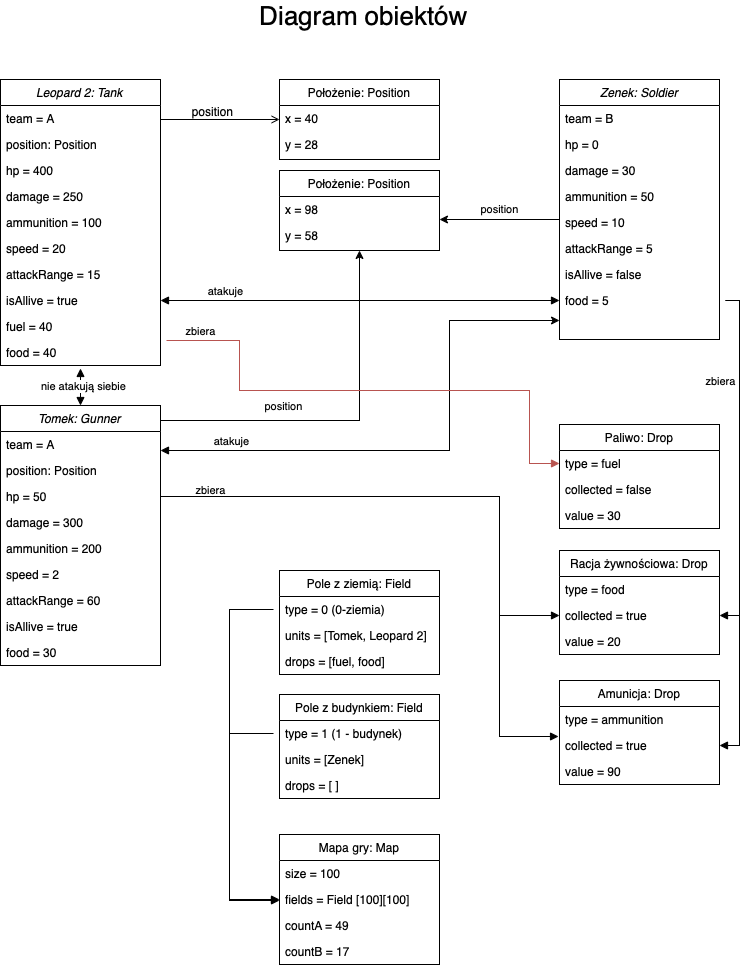
Above: object_diagram.png in Jacek-Bogdanski/inferno_project (draw.io), before the change. Source tidied: cells renumbered, new cells last; positions are measured from the earlier drawing's top-left corner, leaving out a move shared by most shapes.
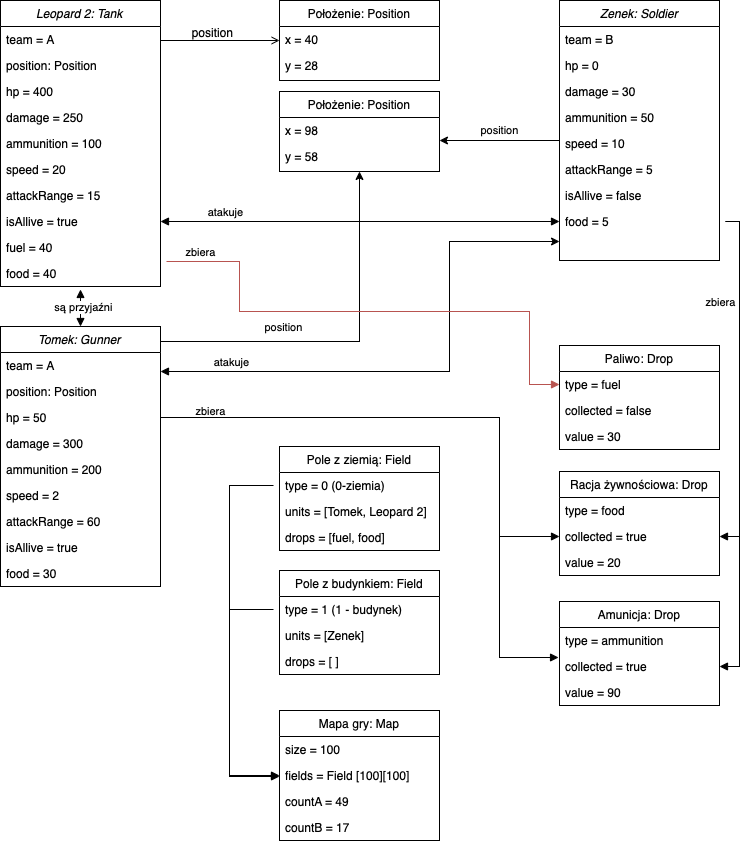
Later version of the same file.

Change to the diagram source:
```diff
@@ -114,7 +114,7 @@
     <mxCell id="33" style="edgeStyle=orthogonalEdgeStyle;rounded=0;jettySize=auto;html=1;exitX=0.5;exitY=0;exitDx=0;exitDy=0;entryX=0.5;entryY=1.115;entryDx=0;entryDy=0;entryPerimeter=0;startArrow=block;startFill=1;endArrow=block;endFill=1;sourcePerimeterSpacing=6;targetPerimeterSpacing=6;" parent="1" edge="1" source="35" target="12">
       <mxGeometry relative="1" as="geometry" />
     </mxCell>
-    <mxCell id="34" value="nie atakują siebie" style="edgeLabel;html=1;align=center;verticalAlign=middle;" parent="33" vertex="1">
+    <mxCell id="34" value="są przyjaźni" style="edgeLabel;html=1;align=center;verticalAlign=middle;" parent="33" vertex="1">
       <mxGeometry x="0.08" y="-2" relative="1" as="geometry" />
     </mxCell>
     <mxCell id="35" value="Tomek: Gunner" style="swimlane;fontStyle=2;align=center;verticalAlign=top;horizontal=1;startSize=26;rounded=0;shadow=0;strokeWidth=1;" parent="1" vertex="1">
@@ -184,7 +184,7 @@
       <mxGeometry y="78" width="160" height="26" as="geometry" />
     </mxCell>
     <mxCell id="57" value="Pole z ziemią: Field" style="swimlane;fontStyle=0;align=center;verticalAlign=top;horizontal=1;startSize=26;rounded=0;shadow=0;strokeWidth=1;" parent="1" vertex="1">
-      <mxGeometry x="279" y="566" width="160" height="104" as="geometry" />
+      <mxGeometry x="279" y="521" width="160" height="104" as="geometry" />
     </mxCell>
     <mxCell id="58" value="type = 0 (0-ziemia)" style="text;align=left;verticalAlign=top;spacingLeft=4;spacingRight=4;overflow=hidden;points=[[0,0.5],[1,0.5]];portConstraint=eastwest;" parent="57" vertex="1">
       <mxGeometry y="26" width="160" height="26" as="geometry" />
@@ -196,7 +196,7 @@
       <mxGeometry y="78" width="160" height="26" as="geometry" />
     </mxCell>
     <mxCell id="61" value="Pole z budynkiem: Field" style="swimlane;fontStyle=0;align=center;verticalAlign=top;horizontal=1;startSize=26;rounded=0;shadow=0;strokeWidth=1;" parent="1" vertex="1">
-      <mxGeometry x="279" y="690" width="160" height="104" as="geometry" />
+      <mxGeometry x="279" y="645" width="160" height="104" as="geometry" />
     </mxCell>
     <mxCell id="62" value="type = 1 (1 - budynek)" style="text;align=left;verticalAlign=top;spacingLeft=4;spacingRight=4;overflow=hidden;points=[[0,0.5],[1,0.5]];portConstraint=eastwest;" parent="61" vertex="1">
       <mxGeometry y="26" width="160" height="26" as="geometry" />
@@ -207,11 +207,8 @@
     <mxCell id="64" value="drops = [ ]" style="text;align=left;verticalAlign=top;spacingLeft=4;spacingRight=4;overflow=hidden;rounded=0;shadow=0;html=0;" parent="61" vertex="1">
       <mxGeometry y="78" width="160" height="26" as="geometry" />
     </mxCell>
-    <mxCell id="65" value="&lt;font style=&quot;font-size: 26px;&quot;&gt;Diagram obiektów&lt;/font&gt;" style="text;html=1;align=center;verticalAlign=middle;strokeColor=none;fillColor=none;" parent="1" vertex="1">
-      <mxGeometry x="254" width="218" height="23" as="geometry" />
-    </mxCell>
     <mxCell id="66" value="Mapa gry: Map" style="swimlane;fontStyle=0;align=center;verticalAlign=top;horizontal=1;startSize=26;rounded=0;shadow=0;strokeWidth=1;" parent="1" vertex="1">
-      <mxGeometry x="279" y="830" width="160" height="130" as="geometry" />
+      <mxGeometry x="279" y="785" width="160" height="130" as="geometry" />
     </mxCell>
     <mxCell id="67" value="size = 100" style="text;align=left;verticalAlign=top;spacingLeft=4;spacingRight=4;overflow=hidden;" parent="66" vertex="1">
       <mxGeometry y="26" width="160" height="26" as="geometry" />
@@ -307,17 +304,17 @@
     <mxCell id="83" style="edgeStyle=orthogonalEdgeStyle;rounded=0;jettySize=auto;html=1;entryX=0;entryY=0.5;entryDx=0;entryDy=0;startArrow=none;startFill=0;endArrow=block;endFill=1;sourcePerimeterSpacing=6;targetPerimeterSpacing=6;" parent="1" edge="1" source="62" target="68">
       <mxGeometry relative="1" as="geometry">
         <Array as="points">
-          <mxPoint x="229" y="729" />
-          <mxPoint x="229" y="895" />
+          <mxPoint x="229" y="684" />
+          <mxPoint x="229" y="850" />
         </Array>
       </mxGeometry>
     </mxCell>
     <mxCell id="84" style="edgeStyle=orthogonalEdgeStyle;rounded=0;jettySize=auto;html=1;startArrow=none;startFill=0;endArrow=block;endFill=1;sourcePerimeterSpacing=6;targetPerimeterSpacing=6;" parent="1" edge="1" source="58">
       <mxGeometry relative="1" as="geometry">
-        <mxPoint x="279" y="896" as="targetPoint" />
+        <mxPoint x="279" y="851" as="targetPoint" />
         <Array as="points">
-          <mxPoint x="229" y="605" />
-          <mxPoint x="229" y="896" />
+          <mxPoint x="229" y="560" />
+          <mxPoint x="229" y="851" />
         </Array>
       </mxGeometry>
     </mxCell>
```
